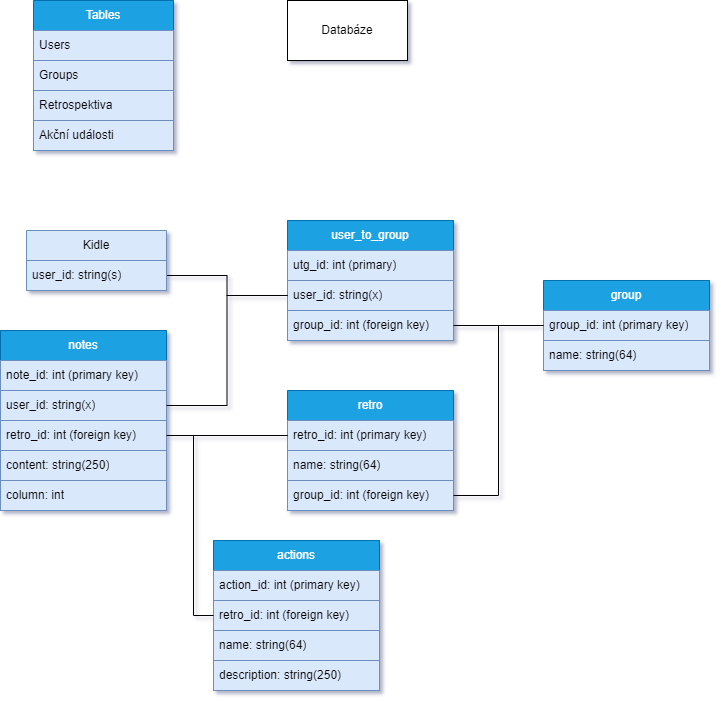
The draw.io diagram backend/app/database/schemes/Praeterium_DB_scheme.png in ProjNull/Praeteritum, before a commit. Source tidied: cells renumbered, new cells last; positions are measured from the earlier drawing's top-left corner, leaving out a move shared by most shapes.
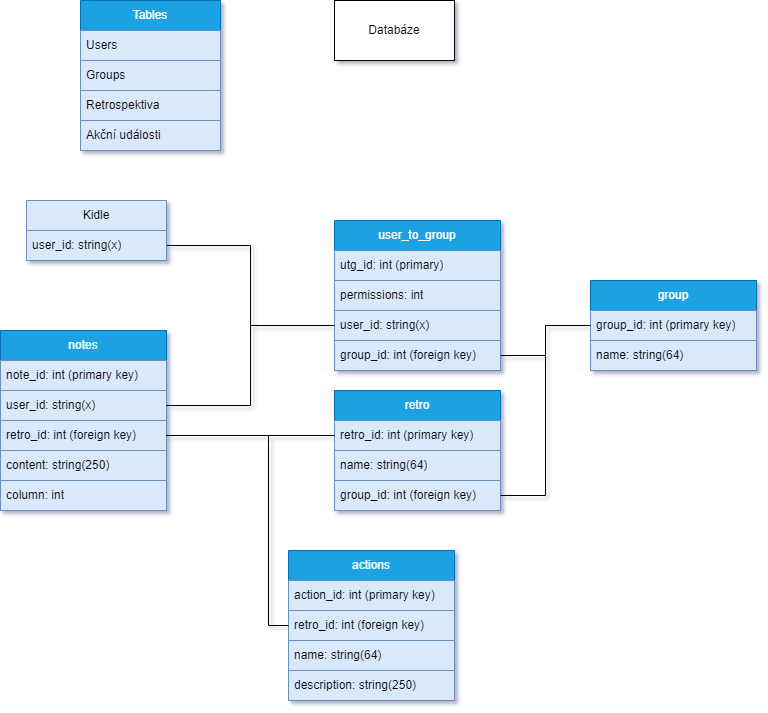
Above is the later version.

Change to the diagram source:
```diff
@@ -21,16 +21,19 @@
       <mxGeometry x="287" width="120" height="60" as="geometry" />
     </mxCell>
     <mxCell id="8" value="user_to_group" style="swimlane;fontStyle=0;horizontal=1;startSize=30;whiteSpace=wrap;html=1;fillColor=#1ba1e2;fontColor=#ffffff;strokeColor=#006EAF;" parent="1" vertex="1">
-      <mxGeometry x="287" y="220" width="166" height="120" as="geometry" />
+      <mxGeometry x="287" y="220" width="166" height="150" as="geometry" />
     </mxCell>
     <mxCell id="9" value="utg_id: int (primary)" style="text;strokeColor=#6c8ebf;fillColor=#dae8fc;align=left;verticalAlign=middle;spacingLeft=4;spacingRight=4;overflow=hidden;whiteSpace=wrap;html=1;" parent="8" vertex="1">
       <mxGeometry y="30" width="166" height="30" as="geometry" />
     </mxCell>
+    <mxCell id="38" value="permissions: int" style="text;strokeColor=#6c8ebf;fillColor=#dae8fc;align=left;verticalAlign=middle;spacingLeft=4;spacingRight=4;overflow=hidden;whiteSpace=wrap;html=1;" parent="8" vertex="1">
+      <mxGeometry y="60" width="166" height="30" as="geometry" />
+    </mxCell>
     <mxCell id="10" value="user_id: string(x)" style="text;strokeColor=#6c8ebf;fillColor=#dae8fc;align=left;verticalAlign=middle;spacingLeft=4;spacingRight=4;overflow=hidden;points=[[0,0.5],[1,0.5]];portConstraint=eastwest;whiteSpace=wrap;html=1;" parent="8" vertex="1">
-      <mxGeometry y="60" width="166" height="30" as="geometry" />
+      <mxGeometry y="90" width="166" height="30" as="geometry" />
     </mxCell>
     <mxCell id="11" value="group_id: int (foreign key)" style="text;strokeColor=#6c8ebf;fillColor=#dae8fc;align=left;verticalAlign=middle;spacingLeft=4;spacingRight=4;overflow=hidden;points=[[0,0.5],[1,0.5]];portConstraint=eastwest;whiteSpace=wrap;html=1;" parent="8" vertex="1">
-      <mxGeometry y="90" width="166" height="30" as="geometry" />
+      <mxGeometry y="120" width="166" height="30" as="geometry" />
     </mxCell>
     <mxCell id="12" style="edgeStyle=orthogonalEdgeStyle;rounded=0;jettySize=auto;html=1;exitX=1;exitY=0.5;exitDx=0;exitDy=0;entryX=0;entryY=0.5;entryDx=0;entryDy=0;startArrow=none;startFill=0;endArrow=none;endFill=0;" parent="1" edge="1" source="36" target="10">
       <mxGeometry relative="1" as="geometry" />
@@ -48,7 +51,7 @@
       <mxGeometry relative="1" as="geometry" />
     </mxCell>
     <mxCell id="17" value="actions" style="swimlane;fontStyle=0;horizontal=1;startSize=30;whiteSpace=wrap;html=1;fillColor=#1ba1e2;fontColor=#ffffff;strokeColor=#006EAF;" parent="1" vertex="1">
-      <mxGeometry x="213" y="540" width="166" height="150" as="geometry" />
+      <mxGeometry x="241" y="550" width="166" height="150" as="geometry" />
     </mxCell>
     <mxCell id="18" value="action_id: int (primary key)" style="text;strokeColor=#6c8ebf;fillColor=#dae8fc;align=left;verticalAlign=middle;spacingLeft=4;spacingRight=4;overflow=hidden;whiteSpace=wrap;html=1;" parent="17" vertex="1">
       <mxGeometry y="30" width="166" height="30" as="geometry" />
@@ -81,7 +84,7 @@
       <mxGeometry relative="1" as="geometry" />
     </mxCell>
     <mxCell id="28" value="notes" style="swimlane;fontStyle=0;horizontal=1;startSize=30;whiteSpace=wrap;html=1;fillColor=#1ba1e2;fontColor=#ffffff;strokeColor=#006EAF;" parent="1" vertex="1">
-      <mxGeometry y="330" width="166" height="180" as="geometry" />
+      <mxGeometry x="-47" y="330" width="166" height="180" as="geometry" />
     </mxCell>
     <mxCell id="29" value="note_id: int (primary key)" style="text;strokeColor=#6c8ebf;fillColor=#dae8fc;align=left;verticalAlign=middle;spacingLeft=4;spacingRight=4;overflow=hidden;whiteSpace=wrap;html=1;" parent="28" vertex="1">
       <mxGeometry y="30" width="166" height="30" as="geometry" />
@@ -102,9 +105,9 @@
       <mxGeometry relative="1" as="geometry" />
     </mxCell>
     <mxCell id="35" value="Kidle" style="swimlane;fontStyle=0;horizontal=1;startSize=30;whiteSpace=wrap;html=1;fillColor=#dae8fc;strokeColor=#6c8ebf;" parent="1" vertex="1">
-      <mxGeometry x="26" y="230" width="140" height="60" as="geometry" />
+      <mxGeometry x="-21" y="200" width="140" height="60" as="geometry" />
     </mxCell>
-    <mxCell id="36" value="&lt;span style=&quot;text-align: center;&quot;&gt;user_id: string(s)&lt;/span&gt;" style="text;strokeColor=#6c8ebf;fillColor=#dae8fc;align=left;verticalAlign=middle;spacingLeft=4;spacingRight=4;overflow=hidden;points=[[0,0.5],[1,0.5]];portConstraint=eastwest;whiteSpace=wrap;html=1;" parent="35" vertex="1">
+    <mxCell id="36" value="&lt;span style=&quot;text-align: center;&quot;&gt;user_id: string(x)&lt;/span&gt;" style="text;strokeColor=#6c8ebf;fillColor=#dae8fc;align=left;verticalAlign=middle;spacingLeft=4;spacingRight=4;overflow=hidden;points=[[0,0.5],[1,0.5]];portConstraint=eastwest;whiteSpace=wrap;html=1;" parent="35" vertex="1">
       <mxGeometry y="30" width="140" height="30" as="geometry" />
     </mxCell>
     <mxCell id="37" style="edgeStyle=orthogonalEdgeStyle;rounded=0;jettySize=auto;html=1;entryX=0;entryY=0.5;entryDx=0;entryDy=0;startArrow=none;startFill=0;endArrow=none;endFill=0;" parent="1" edge="1" source="30" target="10">
```
